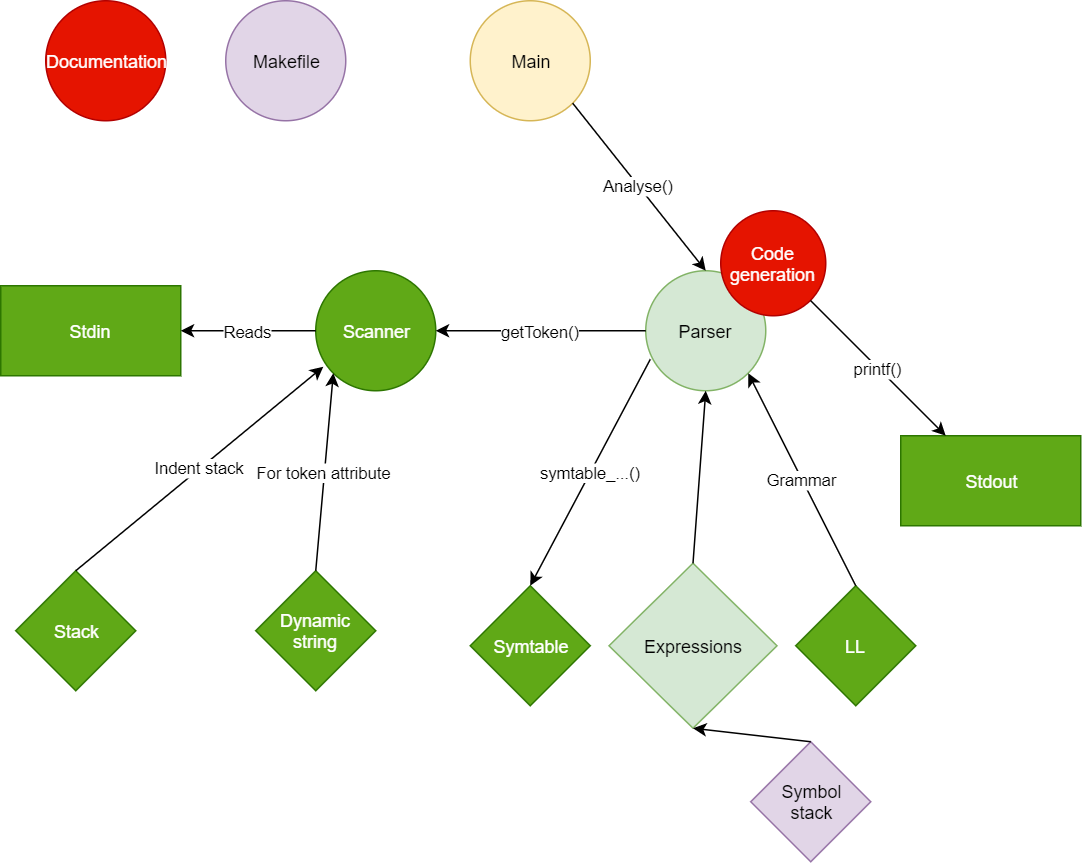
Jetlebovec/IFJ_2019_JJJJ keeps this draw.io diagram as Map.PNG. Above is the earlier version. Source tidied: cells renumbered, new cells last; positions are measured from the earlier drawing's top-left corner, leaving out a move shared by most shapes.
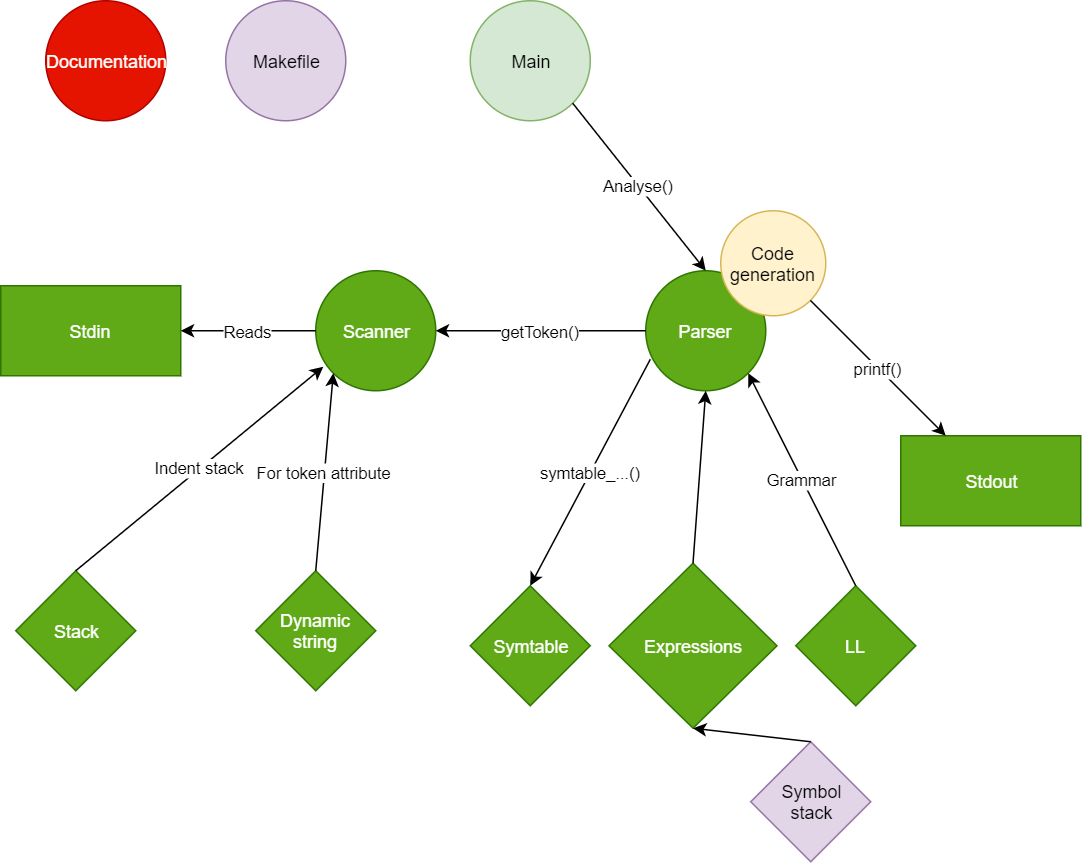
After the commit.

The edit, as a diff of the source:
```diff
@@ -2,13 +2,13 @@
   <root>
     <mxCell id="0" />
     <mxCell id="1" parent="0" />
-    <mxCell id="2" value="Main" style="ellipse;whiteSpace=wrap;html=1;fillColor=#fff2cc;strokeColor=#d6b656;" parent="1" vertex="1">
+    <mxCell id="2" value="Main" style="ellipse;whiteSpace=wrap;html=1;fillColor=#d5e8d4;strokeColor=#82b366;" parent="1" vertex="1">
       <mxGeometry x="313" width="80" height="80" as="geometry" />
     </mxCell>
     <mxCell id="3" value="Scanner" style="ellipse;whiteSpace=wrap;html=1;fillColor=#60a917;strokeColor=#2D7600;fontColor=#ffffff;" parent="1" vertex="1">
       <mxGeometry x="210" y="180" width="80" height="80" as="geometry" />
     </mxCell>
-    <mxCell id="4" value="Parser" style="ellipse;whiteSpace=wrap;html=1;fillColor=#d5e8d4;strokeColor=#82b366;" parent="1" vertex="1">
+    <mxCell id="4" value="Parser" style="ellipse;whiteSpace=wrap;html=1;fillColor=#60a917;strokeColor=#2D7600;fontColor=#ffffff;" parent="1" vertex="1">
       <mxGeometry x="430" y="180" width="80" height="80" as="geometry" />
     </mxCell>
     <mxCell id="5" value="Stdin" style="rounded=0;whiteSpace=wrap;html=1;fillColor=#60a917;strokeColor=#2D7600;fontColor=#ffffff;" parent="1" vertex="1">
@@ -41,7 +41,7 @@
     <mxCell id="14" value="Makefile" style="ellipse;whiteSpace=wrap;html=1;fillColor=#e1d5e7;strokeColor=#9673a6;" parent="1" vertex="1">
       <mxGeometry x="150" width="80" height="80" as="geometry" />
     </mxCell>
-    <mxCell id="15" value="Expressions" style="rhombus;whiteSpace=wrap;html=1;fillColor=#d5e8d4;strokeColor=#82b366;" parent="1" vertex="1">
+    <mxCell id="15" value="Expressions" style="rhombus;whiteSpace=wrap;html=1;fillColor=#60a917;strokeColor=#2D7600;fontColor=#ffffff;" parent="1" vertex="1">
       <mxGeometry x="405.5" y="375" width="112" height="110" as="geometry" />
     </mxCell>
     <mxCell id="16" value="Stdout" style="rounded=0;whiteSpace=wrap;html=1;fillColor=#60a917;strokeColor=#2D7600;fontColor=#ffffff;" parent="1" vertex="1">
@@ -59,7 +59,7 @@
     <mxCell id="20" style="endArrow=classic;html=1;entryX=0.5;entryY=1;entryDx=0;entryDy=0;exitX=0.5;exitY=0;exitDx=0;exitDy=0;" parent="1" edge="1" source="15" target="4">
       <mxGeometry relative="1" as="geometry" />
     </mxCell>
-    <mxCell id="21" value="Code generation" style="ellipse;whiteSpace=wrap;html=1;fillColor=#e51400;strokeColor=#B20000;fontColor=#ffffff;" parent="1" vertex="1">
+    <mxCell id="21" value="Code generation" style="ellipse;whiteSpace=wrap;html=1;fillColor=#fff2cc;strokeColor=#d6b656;" parent="1" vertex="1">
       <mxGeometry x="480" y="140" width="70" height="70" as="geometry" />
     </mxCell>
     <mxCell id="22" value="printf()" style="endArrow=classic;html=1;entryX=0.25;entryY=0;entryDx=0;entryDy=0;" parent="1" edge="1" source="21" target="16">
```
